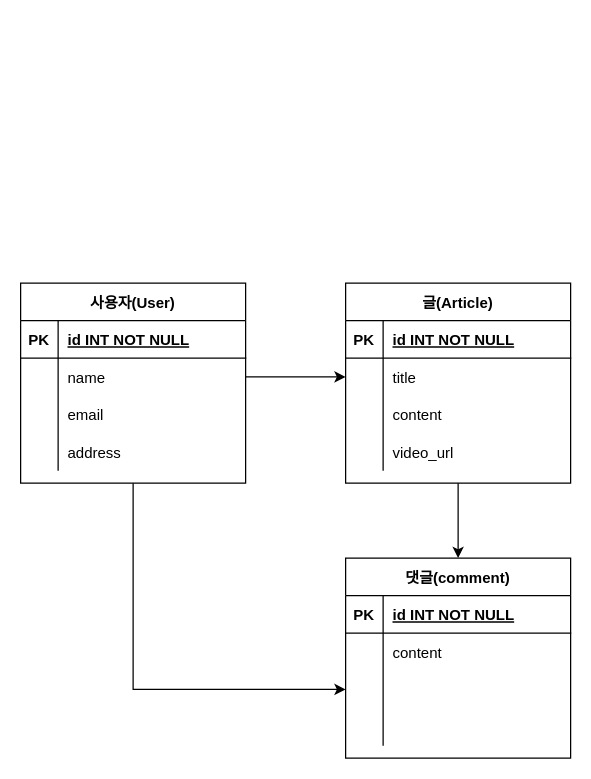
Earlier version of the draw.io diagram database/6일차/ERD.drawio (1c0332zz/TIL). Source tidied: cells renumbered, new cells numbered last; positions are measured from the earlier drawing's top-left corner, leaving out a move shared by most shapes. Both pictures are drawn from the tidied source at 125%, with x=0, y=0 at pixel (20, 282).
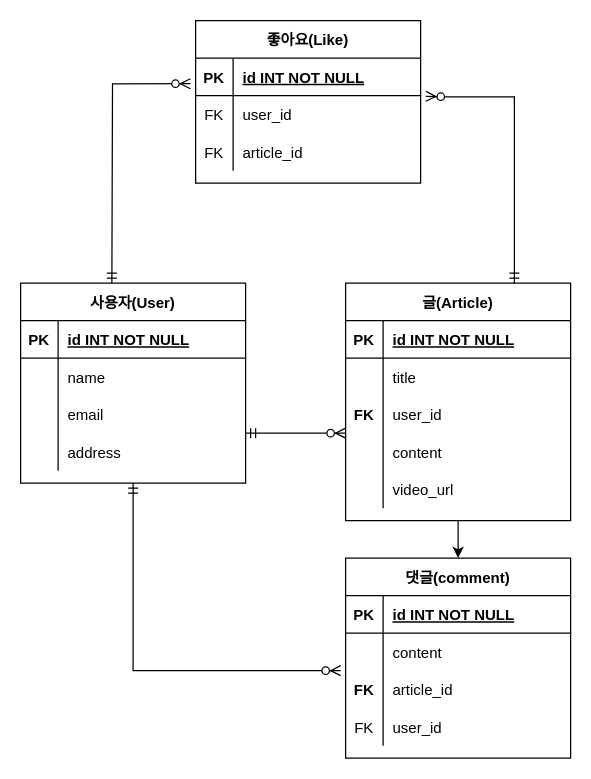
The same diagram, later.

The change refers to these unchanged cells:
```xml
<mxCell id="3" value="사용자(User)" style="shape=table;startSize=30;childLayout=tableLayout;rowLines=0;fontStyle=1;align=center;rounded=0;" parent="1" vertex="1">
  <mxGeometry width="180" height="160" as="geometry" />
</mxCell>
<mxCell id="7" style="shape=tableRow;horizontal=0;startSize=0;swimlaneHead=0;swimlaneBody=0;fillColor=none;points=[[0,0.5],[1,0.5]];portConstraint=eastwest;top=0;left=0;right=0;bottom=0;rounded=0;" parent="3" vertex="1">
  <mxGeometry y="60" width="180" height="30" as="geometry" />
</mxCell>
<mxCell id="21" style="shape=tableRow;horizontal=0;startSize=0;swimlaneHead=0;swimlaneBody=0;fillColor=none;points=[[0,0.5],[1,0.5]];portConstraint=eastwest;top=0;left=0;right=0;bottom=0;rounded=0;" parent="17" vertex="1">
  <mxGeometry y="60" width="180" height="30" as="geometry" />
</mxCell>
<mxCell id="30" value="댓글(comment)" style="shape=table;startSize=30;childLayout=tableLayout;rowLines=0;fontStyle=1;align=center;rounded=0;" parent="1" vertex="1">
  <mxGeometry x="260" y="220" width="180" height="160" as="geometry" />
</mxCell>
```

Change to the diagram source:
```diff
@@
-    <mxCell id="2" style="edgeStyle=orthogonalEdgeStyle;rounded=0;jettySize=auto;html=1;exitX=0.5;exitY=1;exitDx=0;exitDy=0;" parent="1" edge="1" source="3" target="37">
-      <mxGeometry relative="1" as="geometry" />
-    </mxCell>
@@
     <mxCell id="17" value="글(Article)" style="shape=table;startSize=30;childLayout=tableLayout;rowLines=0;fontStyle=1;align=center;rounded=0;" parent="1" vertex="1">
-      <mxGeometry x="260" width="180" height="160" as="geometry" />
+      <mxGeometry x="260" width="180" height="190" as="geometry" />
     </mxCell>
@@
+    <mxCell id="44" style="shape=tableRow;horizontal=0;startSize=0;swimlaneHead=0;swimlaneBody=0;fillColor=none;top=0;left=0;right=0;bottom=0;rounded=0;" parent="17" vertex="1">
+      <mxGeometry y="90" width="180" height="30" as="geometry" />
+    </mxCell>
+    <mxCell id="45" value="FK" style="shape=partialRectangle;fillColor=none;top=0;left=0;bottom=0;right=0;overflow=hidden;rounded=0;fontStyle=1;" parent="44" vertex="1">
+      <mxGeometry width="30" height="30" as="geometry" />
+    </mxCell>
+    <mxCell id="46" value="user_id" style="shape=partialRectangle;fillColor=none;top=0;left=0;bottom=0;right=0;align=left;spacingLeft=6;overflow=hidden;rounded=0;" parent="44" vertex="1">
+      <mxGeometry x="30" width="150" height="30" as="geometry" />
+    </mxCell>
     <mxCell id="24" style="shape=tableRow;horizontal=0;startSize=0;swimlaneHead=0;swimlaneBody=0;fillColor=none;top=0;left=0;right=0;bottom=0;rounded=0;" parent="17" vertex="1">
-      <mxGeometry y="90" width="180" height="30" as="geometry" />
+      <mxGeometry y="120" width="180" height="30" as="geometry" />
     </mxCell>
@@
     <mxCell id="27" style="shape=tableRow;horizontal=0;startSize=0;swimlaneHead=0;swimlaneBody=0;fillColor=none;top=0;left=0;right=0;bottom=0;rounded=0;" parent="17" vertex="1">
-      <mxGeometry y="120" width="180" height="30" as="geometry" />
+      <mxGeometry y="150" width="180" height="30" as="geometry" />
     </mxCell>
@@
+    <mxCell id="47" style="shape=tableRow;horizontal=0;startSize=0;swimlaneHead=0;swimlaneBody=0;fillColor=none;points=[[0,0.5],[1,0.5]];portConstraint=eastwest;top=0;left=0;right=0;bottom=0;rounded=0;" parent="30" vertex="1">
+      <mxGeometry y="90" width="180" height="30" as="geometry" />
+    </mxCell>
+    <mxCell id="48" value="FK" style="shape=partialRectangle;fillColor=none;top=0;left=0;bottom=0;right=0;overflow=hidden;rounded=0;fontStyle=1;" parent="47" vertex="1">
+      <mxGeometry width="30" height="30" as="geometry" />
+    </mxCell>
+    <mxCell id="49" value="article_id" style="shape=partialRectangle;fillColor=none;top=0;left=0;bottom=0;right=0;align=left;spacingLeft=6;overflow=hidden;rounded=0;" parent="47" vertex="1">
+      <mxGeometry x="30" width="150" height="30" as="geometry" />
+    </mxCell>
     <mxCell id="37" style="shape=tableRow;horizontal=0;startSize=0;swimlaneHead=0;swimlaneBody=0;fillColor=none;points=[[0,0.5],[1,0.5]];portConstraint=eastwest;top=0;left=0;right=0;bottom=0;rounded=0;" parent="30" vertex="1">
-      <mxGeometry y="90" width="180" height="30" as="geometry" />
+      <mxGeometry y="120" width="180" height="30" as="geometry" />
     </mxCell>
-    <mxCell id="38" style="shape=partialRectangle;fillColor=none;top=0;left=0;bottom=0;right=0;overflow=hidden;rounded=0;" parent="37" vertex="1">
+    <mxCell id="38" value="FK" style="shape=partialRectangle;fillColor=none;top=0;left=0;bottom=0;right=0;overflow=hidden;rounded=0;" parent="37" vertex="1">
       <mxGeometry width="30" height="30" as="geometry" />
     </mxCell>
-    <mxCell id="39" style="shape=partialRectangle;fillColor=none;top=0;left=0;bottom=0;right=0;align=left;spacingLeft=6;overflow=hidden;rounded=0;" parent="37" vertex="1">
+    <mxCell id="39" value="user_id" style="shape=partialRectangle;fillColor=none;top=0;left=0;bottom=0;right=0;align=left;spacingLeft=6;overflow=hidden;rounded=0;" parent="37" vertex="1">
       <mxGeometry x="30" width="150" height="30" as="geometry" />
     </mxCell>
-    <mxCell id="40" style="shape=tableRow;horizontal=0;startSize=0;swimlaneHead=0;swimlaneBody=0;fillColor=none;top=0;left=0;right=0;bottom=0;rounded=0;" parent="30" vertex="1">
-      <mxGeometry y="120" width="180" height="30" as="geometry" />
-    </mxCell>
-    <mxCell id="41" style="shape=partialRectangle;fillColor=none;top=0;left=0;bottom=0;right=0;overflow=hidden;rounded=0;" parent="40" vertex="1">
-      <mxGeometry width="30" height="30" as="geometry" />
-    </mxCell>
-    <mxCell id="42" style="shape=partialRectangle;fillColor=none;top=0;left=0;bottom=0;right=0;align=left;spacingLeft=6;overflow=hidden;rounded=0;" parent="40" vertex="1">
-      <mxGeometry x="30" width="150" height="30" as="geometry" />
-    </mxCell>
-    <mxCell id="43" style="edgeStyle=orthogonalEdgeStyle;rounded=0;jettySize=auto;html=1;exitX=1;exitY=0.5;exitDx=0;exitDy=0;entryX=0;entryY=0.5;entryDx=0;entryDy=0;" parent="1" edge="1" source="7" target="21">
-      <mxGeometry relative="1" as="geometry" />
-    </mxCell>
+    <mxCell id="50" style="edgeStyle=entityRelationEdgeStyle;fontSize=12;html=1;endArrow=ERzeroToMany;startArrow=ERmandOne;rounded=0;" parent="1" edge="1">
+      <mxGeometry relative="1" as="geometry">
+        <mxPoint x="180" y="120" as="sourcePoint" />
+        <mxPoint x="260" y="120" as="targetPoint" />
+      </mxGeometry>
+    </mxCell>
+    <mxCell id="51" style="edgeStyle=orthogonalEdgeStyle;fontSize=12;html=1;endArrow=ERzeroToMany;startArrow=ERmandOne;rounded=0;exitX=0.5;exitY=1;exitDx=0;exitDy=0;entryX=-0.022;entryY=0;entryDx=0;entryDy=0;entryPerimeter=0;" parent="1" edge="1" source="3" target="47">
+      <mxGeometry relative="1" as="geometry">
+        <Array as="points">
+          <mxPoint x="90" y="310" />
+        </Array>
+      </mxGeometry>
+    </mxCell>
+    <mxCell id="52" value="좋아요(Like)" style="shape=table;startSize=30;childLayout=tableLayout;rowLines=0;fontStyle=1;align=center;rounded=0;" parent="1" vertex="1">
+      <mxGeometry x="140" y="-210" width="180" height="130" as="geometry" />
+    </mxCell>
+    <mxCell id="53" style="shape=tableRow;horizontal=0;startSize=0;swimlaneHead=0;swimlaneBody=0;fillColor=none;points=[[0,0.5],[1,0.5]];portConstraint=eastwest;top=0;left=0;right=0;bottom=1;rounded=0;" parent="52" vertex="1">
+      <mxGeometry y="30" width="180" height="30" as="geometry" />
+    </mxCell>
+    <mxCell id="54" value="PK" style="shape=partialRectangle;fillColor=none;top=0;left=0;bottom=0;right=0;fontStyle=1;overflow=hidden;rounded=0;" parent="53" vertex="1">
+      <mxGeometry width="30" height="30" as="geometry" />
+    </mxCell>
+    <mxCell id="55" value="id INT NOT NULL" style="shape=partialRectangle;fillColor=none;top=0;left=0;bottom=0;right=0;align=left;spacingLeft=6;fontStyle=5;overflow=hidden;rounded=0;" parent="53" vertex="1">
+      <mxGeometry x="30" width="150" height="30" as="geometry" />
+    </mxCell>
+    <mxCell id="56" style="shape=tableRow;horizontal=0;startSize=0;swimlaneHead=0;swimlaneBody=0;fillColor=none;points=[[0,0.5],[1,0.5]];portConstraint=eastwest;top=0;left=0;right=0;bottom=0;rounded=0;" parent="52" vertex="1">
+      <mxGeometry y="60" width="180" height="30" as="geometry" />
+    </mxCell>
+    <mxCell id="57" value="FK" style="shape=partialRectangle;fillColor=none;top=0;left=0;bottom=0;right=0;overflow=hidden;rounded=0;" parent="56" vertex="1">
+      <mxGeometry width="30" height="30" as="geometry" />
+    </mxCell>
+    <mxCell id="58" value="user_id" style="shape=partialRectangle;fillColor=none;top=0;left=0;bottom=0;right=0;align=left;spacingLeft=6;overflow=hidden;rounded=0;" parent="56" vertex="1">
+      <mxGeometry x="30" width="150" height="30" as="geometry" />
+    </mxCell>
+    <mxCell id="59" style="shape=tableRow;horizontal=0;startSize=0;swimlaneHead=0;swimlaneBody=0;fillColor=none;top=0;left=0;right=0;bottom=0;rounded=0;" parent="52" vertex="1">
+      <mxGeometry y="90" width="180" height="30" as="geometry" />
+    </mxCell>
+    <mxCell id="60" value="FK" style="shape=partialRectangle;fillColor=none;top=0;left=0;bottom=0;right=0;overflow=hidden;rounded=0;" parent="59" vertex="1">
+      <mxGeometry width="30" height="30" as="geometry" />
+    </mxCell>
+    <mxCell id="61" value="article_id" style="shape=partialRectangle;fillColor=none;top=0;left=0;bottom=0;right=0;align=left;spacingLeft=6;overflow=hidden;rounded=0;" parent="59" vertex="1">
+      <mxGeometry x="30" width="150" height="30" as="geometry" />
+    </mxCell>
+    <mxCell id="62" style="fontSize=12;html=1;endArrow=ERzeroToMany;startArrow=ERmandOne;rounded=0;entryX=-0.023;entryY=0.683;entryDx=0;entryDy=0;entryPerimeter=0;edgeStyle=orthogonalEdgeStyle;" parent="1" edge="1" target="53">
+      <mxGeometry relative="1" as="geometry">
+        <mxPoint x="73" as="sourcePoint" />
+      </mxGeometry>
+    </mxCell>
+    <mxCell id="63" style="fontSize=12;html=1;endArrow=ERzeroToMany;startArrow=ERmandOne;rounded=0;entryX=1.023;entryY=0.017;entryDx=0;entryDy=0;entryPerimeter=0;exitX=0.75;exitY=0;exitDx=0;exitDy=0;edgeStyle=orthogonalEdgeStyle;" parent="1" edge="1" source="17" target="56">
+      <mxGeometry relative="1" as="geometry">
+        <Array as="points">
+          <mxPoint x="395" y="-149" />
+          <mxPoint x="340" y="-149" />
+        </Array>
+      </mxGeometry>
+    </mxCell>
```
